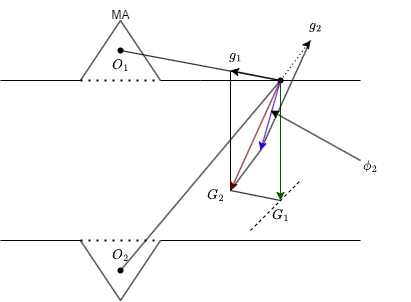
This is third.png from Vcholerae1/grav_pre, a draw.io export, as it was before one commit. Source tidied: cells renumbered, new cells last; positions are measured from the earlier drawing's top-left corner, leaving out a move shared by most shapes.
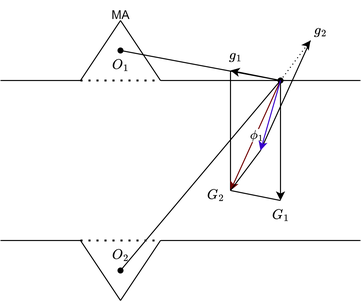
Later version of the same file.

The edit, as a diff of the source:
```diff
@@ -92,7 +92,7 @@
     <mxCell id="20" style="shape=waypoint;sketch=0;size=6;points=[];fillColor=none;perimeter=centerPerimeter;snapToPoint=1;" parent="1" vertex="1">
       <mxGeometry x="270" y="70" width="20" height="20" as="geometry" />
     </mxCell>
-    <mxCell id="21" style="endArrow=classic;html=1;strokeWidth=1;fillColor=#008a00;strokeColor=#005700;" parent="1" edge="1">
+    <mxCell id="21" style="endArrow=classic;html=1;strokeWidth=1;" parent="1" edge="1">
       <mxGeometry relative="1" as="geometry">
         <mxPoint x="280" y="80" as="sourcePoint" />
         <mxPoint x="280" y="200" as="targetPoint" />
@@ -133,27 +133,21 @@
         <mxPoint x="230" y="190" as="targetPoint" />
       </mxGeometry>
     </mxCell>
+    <mxCell id="38" value="$$\phi_1$$" style="edgeLabel;html=1;align=center;verticalAlign=middle;" parent="28" vertex="1">
+      <mxGeometry relative="1" as="geometry" />
+    </mxCell>
     <mxCell id="29" style="endArrow=none;html=1;strokeWidth=1;" parent="1" edge="1">
       <mxGeometry relative="1" as="geometry">
         <mxPoint x="120" y="270" as="sourcePoint" />
         <mxPoint x="280" y="80" as="targetPoint" />
       </mxGeometry>
     </mxCell>
-    <mxCell id="30" style="endArrow=none;html=1;dashed=1;strokeWidth=1;" parent="1" edge="1">
-      <mxGeometry relative="1" as="geometry">
-        <mxPoint x="250" y="230" as="sourcePoint" />
-        <mxPoint x="300" y="180" as="targetPoint" />
-      </mxGeometry>
-    </mxCell>
     <mxCell id="31" style="endArrow=classic;dashed=1;html=1;dashPattern=1 3;strokeWidth=1;endFill=1;" parent="1" edge="1">
       <mxGeometry relative="1" as="geometry">
         <mxPoint x="280" y="80" as="sourcePoint" />
         <mxPoint x="310" y="40" as="targetPoint" />
       </mxGeometry>
     </mxCell>
-    <mxCell id="32" value="$$g_2$$" style="text;html=1;align=center;verticalAlign=middle;strokeColor=none;fillColor=none;" parent="1" vertex="1">
-      <mxGeometry x="280" y="10" width="70" height="30" as="geometry" />
-    </mxCell>
     <mxCell id="33" style="endArrow=none;html=1;strokeWidth=1;endFill=0;" parent="1" edge="1">
       <mxGeometry relative="1" as="geometry">
         <mxPoint x="310" y="40" as="sourcePoint" />
@@ -172,14 +166,8 @@
         <mxPoint x="260" y="150" as="targetPoint" />
       </mxGeometry>
     </mxCell>
-    <mxCell id="36" style="endArrow=classic;html=1;strokeWidth=1;" parent="1" edge="1">
-      <mxGeometry relative="1" as="geometry">
-        <mxPoint x="360" y="160" as="sourcePoint" />
-        <mxPoint x="270" y="110" as="targetPoint" />
-      </mxGeometry>
-    </mxCell>
-    <mxCell id="37" value="$$\phi_2$$" style="text;html=1;align=center;verticalAlign=middle;strokeColor=none;fillColor=none;" parent="1" vertex="1">
-      <mxGeometry x="330" y="150" width="80" height="30" as="geometry" />
-    </mxCell>
+    <mxCell id="32" value="$$g_2$$" style="text;html=1;align=center;verticalAlign=middle;strokeColor=none;fillColor=none;" parent="1" vertex="1">
+      <mxGeometry x="285" y="15" width="70" height="30" as="geometry" />
+    </mxCell>
   </root>
 </mxGraphModel>
```
